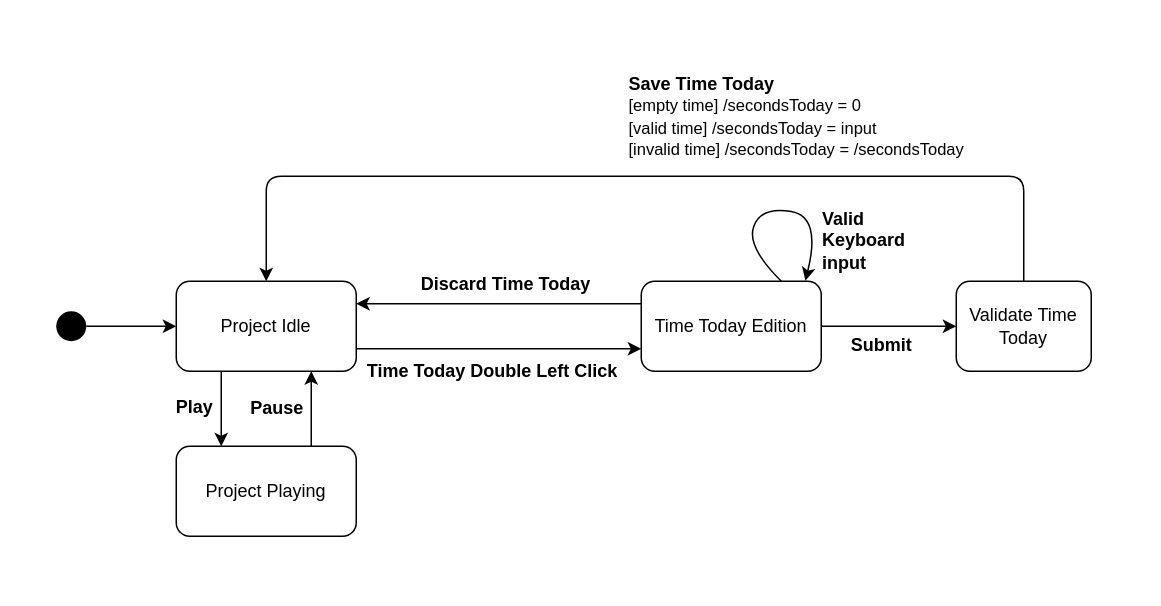
Above: docs/04_assignment/schema/02_edit_time_today/02_state_machine.drawio in Jumaruba/jtimesched (draw.io), before the change. Source tidied: cells renumbered, new cells numbered last; positions are measured from the earlier drawing's top-left corner, leaving out a move shared by most shapes. Both pictures are drawn from the tidied source at 150%, with x=0, y=0 at pixel (26, 26).
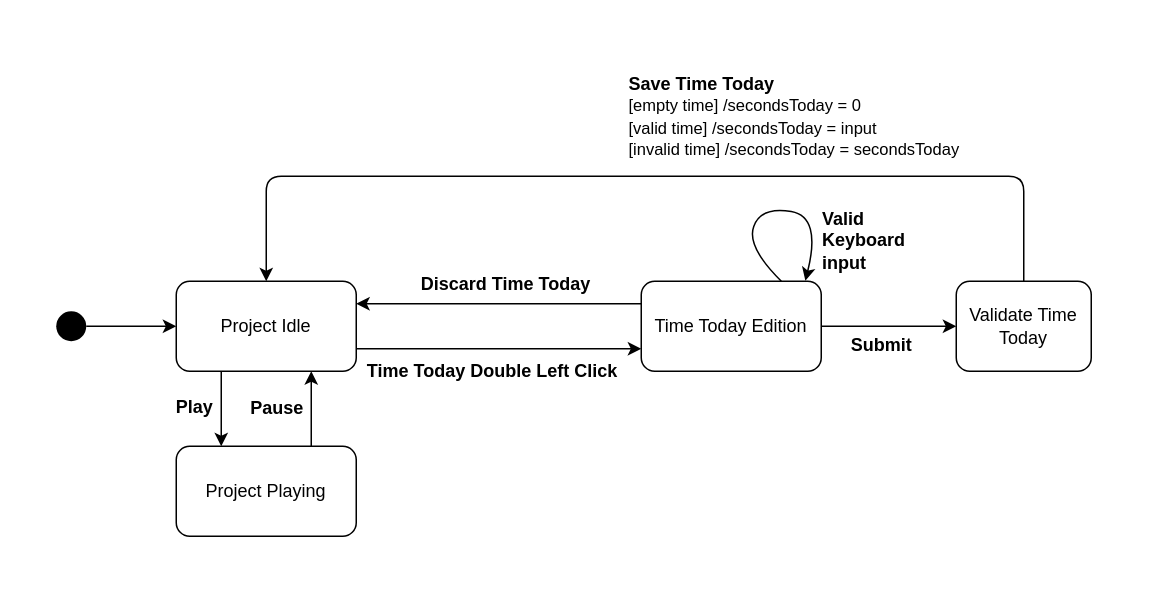
The same diagram, later.

Commit message (it also covers changes not shown here):
Fix state machine 2 diagram error

What changed in the source:
```diff
@@
-    <mxCell id="22" value="&lt;div&gt;&lt;font&gt;&lt;b style=&quot;font-size: 12px&quot;&gt;Save Time Today&lt;/b&gt;&lt;br&gt;&lt;font style=&quot;font-size: 11px&quot;&gt;[empty time]&amp;nbsp;&lt;/font&gt;&lt;/font&gt;&lt;span style=&quot;font-size: 11px&quot;&gt;/secondsToday = 0&lt;/span&gt;&lt;/div&gt;&lt;div&gt;&lt;font style=&quot;font-size: 11px&quot;&gt;[valid time]&amp;nbsp;&lt;/font&gt;&lt;span style=&quot;font-size: 11px&quot;&gt;/secondsToday = input&lt;/span&gt;&lt;/div&gt;&lt;div&gt;&lt;span style=&quot;font-size: 11px&quot;&gt;[invalid time] /secondsToday = /secondsToday&lt;/span&gt;&lt;/div&gt;" style="text;html=1;strokeColor=none;fillColor=none;align=left;verticalAlign=middle;whiteSpace=wrap;rounded=0;fontColor=#000000;" parent="1" vertex="1">
+    <mxCell id="22" value="&lt;div&gt;&lt;font&gt;&lt;b style=&quot;font-size: 12px&quot;&gt;Save Time Today&lt;/b&gt;&lt;br&gt;&lt;font style=&quot;font-size: 11px&quot;&gt;[empty time]&amp;nbsp;&lt;/font&gt;&lt;/font&gt;&lt;span style=&quot;font-size: 11px&quot;&gt;/secondsToday = 0&lt;/span&gt;&lt;/div&gt;&lt;div&gt;&lt;font style=&quot;font-size: 11px&quot;&gt;[valid time]&amp;nbsp;&lt;/font&gt;&lt;span style=&quot;font-size: 11px&quot;&gt;/secondsToday = input&lt;/span&gt;&lt;/div&gt;&lt;div&gt;&lt;span style=&quot;font-size: 11px&quot;&gt;[invalid time] /secondsToday = secondsToday&lt;/span&gt;&lt;/div&gt;" style="text;html=1;strokeColor=none;fillColor=none;align=left;verticalAlign=middle;whiteSpace=wrap;rounded=0;fontColor=#000000;" parent="1" vertex="1">
       <mxGeometry x="400.2" y="10" width="230" height="100" as="geometry" />
     </mxCell>
```
